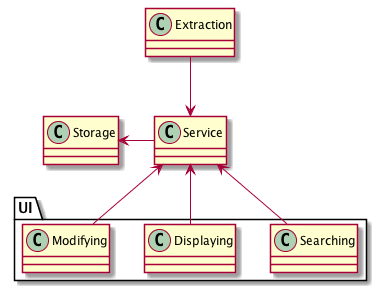
Above: sa/uml/logical-view.png in nanoix9/2019Papers (PlantUML), before the change.
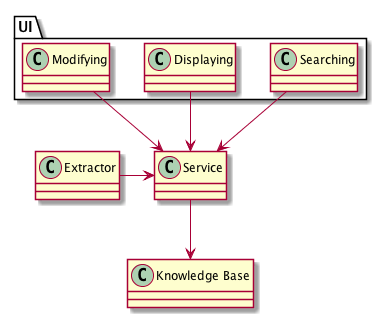
The same file after the commit.

The edit, as a diff of the source:
```diff
@@ -1,14 +1,10 @@
 @startuml
 
-class "Extraction" as E
+class "Extractor" as E
 
-
-class "Storage" as S
-
+class "Knowledge Base" as S
 
 class "Service" as Sv
-
-
 
 package "UI" as UI {
     class Searching
@@ -17,11 +13,11 @@
 
 }
 
-Sv <-down- E
-S <-left- Sv
+E -> Sv
+Sv --> S
 
-Sv <-- Searching
-Sv <-- Displaying
-Sv <-- Modifying
+Searching --> Sv
+Displaying --> Sv
+Modifying --> Sv
 
 @enduml
```
